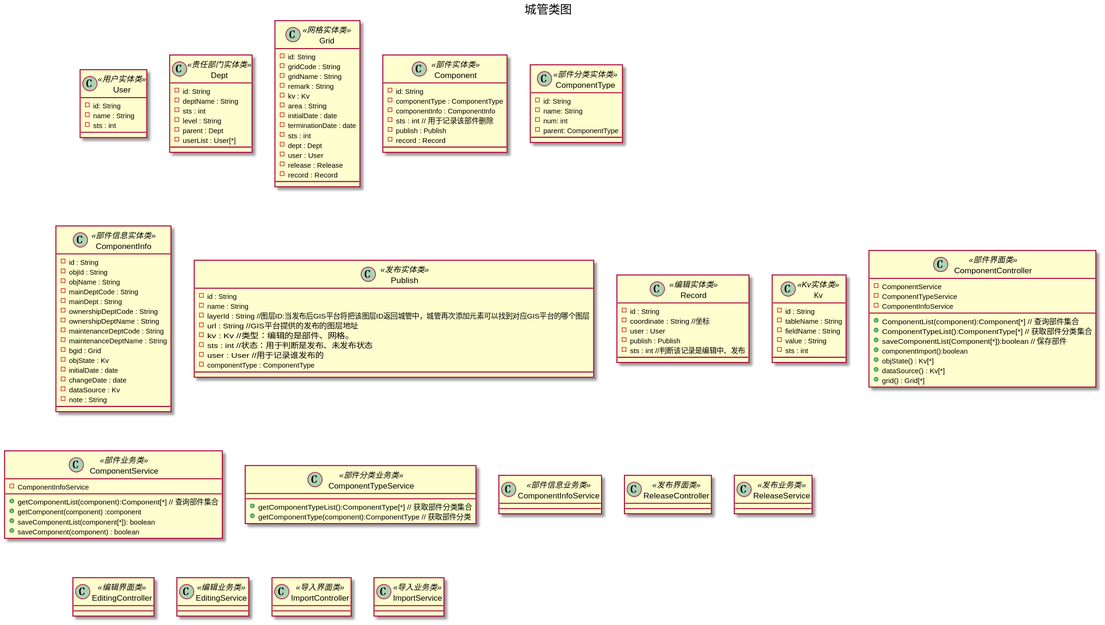
The PlantUML diagram doc/ClassUml/城管类图/城管类图.svg in missaouib/urban-management-platform, before a commit.
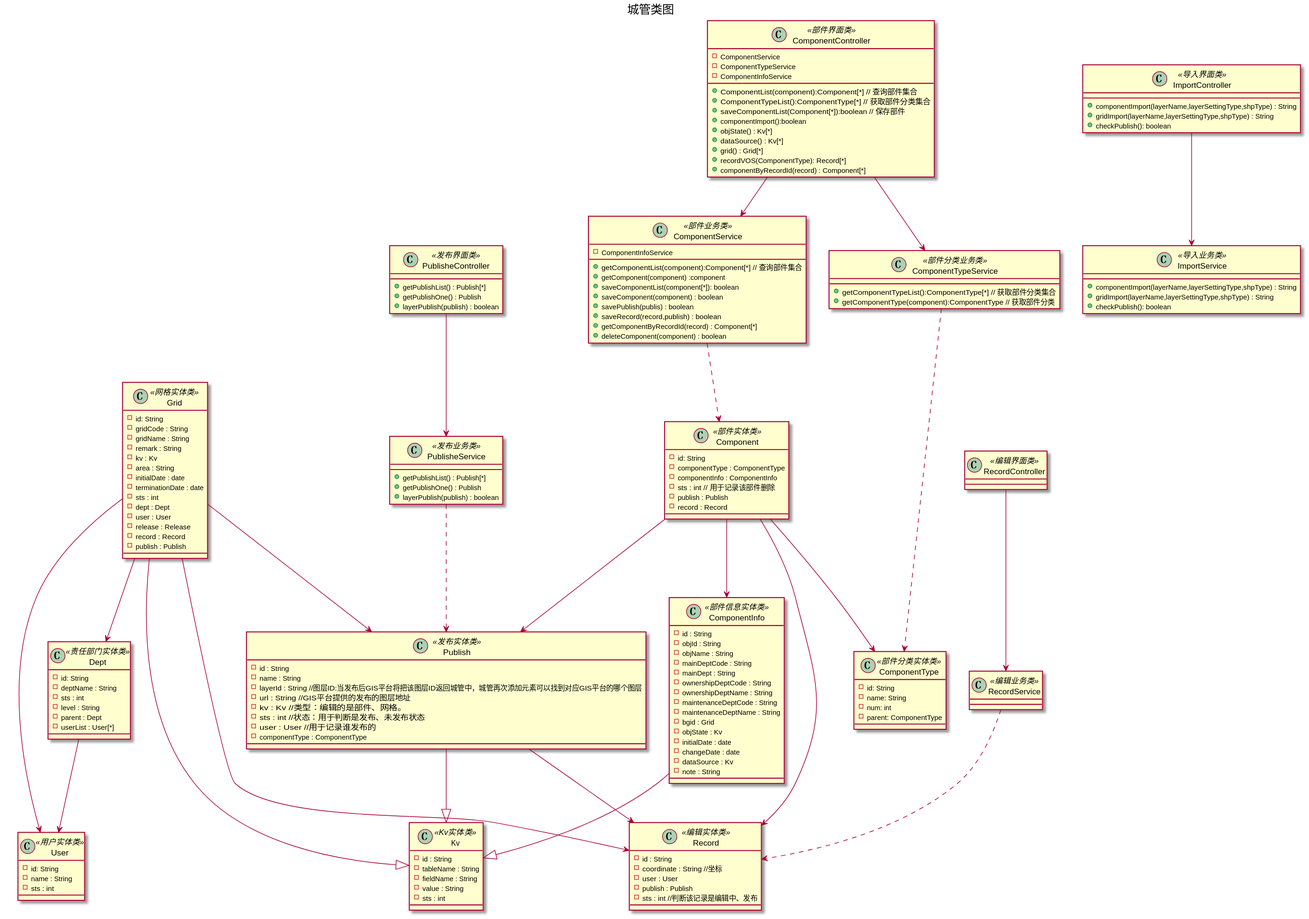
Above is the later version.

Commit message:
增加城管类图关系

The edit, as a diff of the source:
```diff
@@ -29,6 +29,7 @@
     -user : User
     -release : Release
     -record : Record
+    -publish : Publish
 }
 
 class Component<<部件实体类>>{
@@ -104,6 +105,8 @@
     +objState() : Kv[*]
     +dataSource() : Kv[*]
     +grid() : Grid[*]
+    +recordVOS(ComponentType): Record[*]
+    +componentByRecordId(record) : Component[*]
 }
 
 class ComponentService<<部件业务类>>{
@@ -112,32 +115,42 @@
     +getComponent(component) :component
     +saveComponentList(component[*]): boolean
     +saveComponent(component) : boolean
+    +savePublish(publis) : boolean
+    +saveRecord(record,publish) : boolean
+    +getComponentByRecordId(record) : Component[*]
+    +deleteComponent(component) : boolean
 }
 class ComponentTypeService<<部件分类业务类>>{
     +getComponentTypeList():ComponentType[*]       // 获取部件分类集合
     +getComponentType(component):ComponentType     // 获取部件分类
 }
-class ComponentInfoService<<部件信息业务类>>{
+
+class PublisheController<<发布界面类>>{
+    +getPublishList() : Publish[*]
+    +getPublishOne() : Publish
+    +layerPublish(publish) : boolean
+}
+class PublisheService<<发布业务类>>{
+    +getPublishList() : Publish[*]
+    +getPublishOne() : Publish
+    +layerPublish(publish) : boolean
 }
 
-class ReleaseController<<发布界面类>>{
+class RecordController<<编辑界面类>>{
 
 }
-class ReleaseService<<发布业务类>>{
-
-}
-
-class EditingController<<编辑界面类>>{
-
-}
-class EditingService<<编辑业务类>>{
+class RecordService<<编辑业务类>>{
 
 }
 class ImportController<<导入界面类>>{
-
+    +componentImport(layerName,layerSettingType,shpType) : String
+    +gridImport(layerName,layerSettingType,shpType) : String
+    +checkPublish(): boolean
 }
 class ImportService<<导入业务类>>{
-
+    +componentImport(layerName,layerSettingType,shpType) : String
+    +gridImport(layerName,layerSettingType,shpType) : String
+    +checkPublish(): boolean
 }
 
 
@@ -145,6 +158,34 @@
 
 
 
+Dept --> User
+Grid --> User
+Grid --> Dept
+Grid --> Record
+Grid --> Publish
+Grid --|> Kv
+Component --> ComponentInfo
+Component --> ComponentType
+Component --> Record
+Component --> Publish
+ComponentInfo --|> Kv
+Publish --> Record
+Publish --|> Kv
+
+
+ComponentController --> ComponentService
+ComponentController --> ComponentTypeService
+PublisheController --> PublisheService
+RecordController --> RecordService
+ImportController --> ImportService
+
+
+ComponentService ..> Component
+PublisheService ..> Publish
+RecordService ..> Record
+ComponentTypeService ..> ComponentType
+
+
 
 
 @enduml
```
